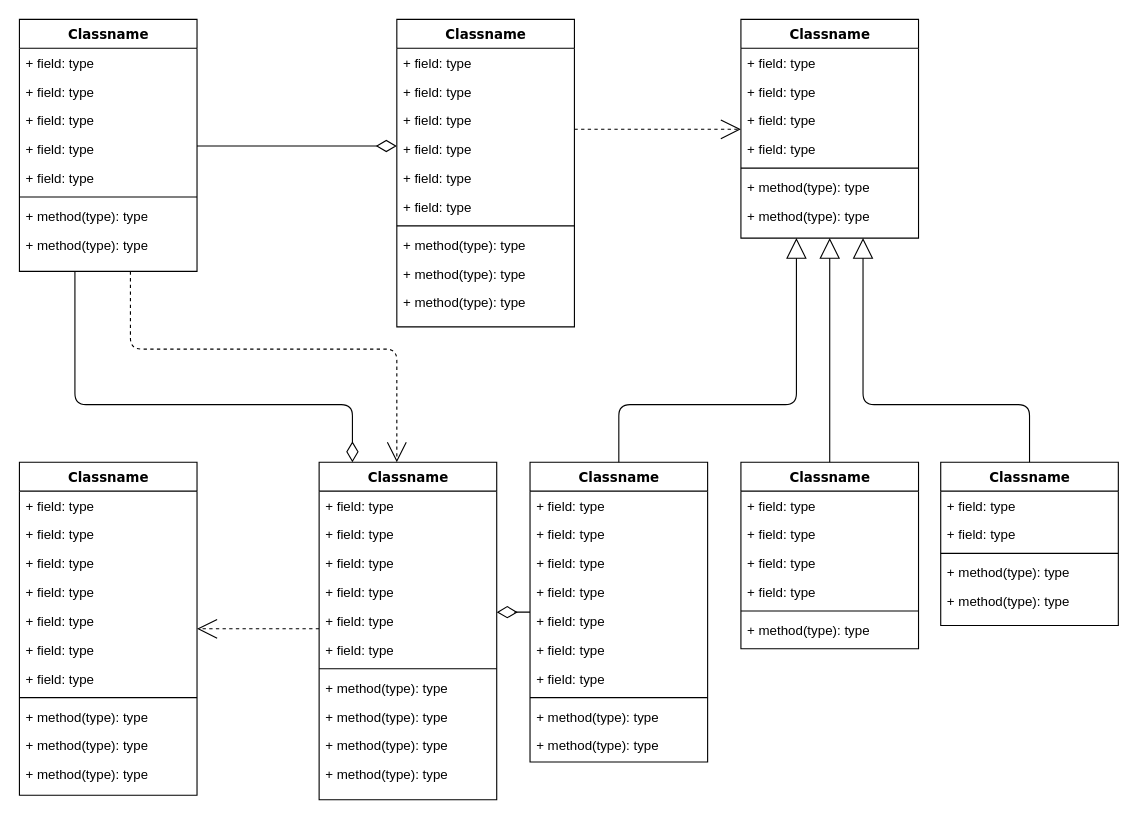
The draw.io diagram default/소프트웨어그림.drawio in leedaeseon/diagrams, before the edit. Source tidied: cells renumbered, new cells numbered last; positions are measured from the earlier drawing's top-left corner, leaving out a move shared by most shapes. Both pictures are drawn from the tidied source at 111%, with x=0, y=0 at pixel (19, 19).
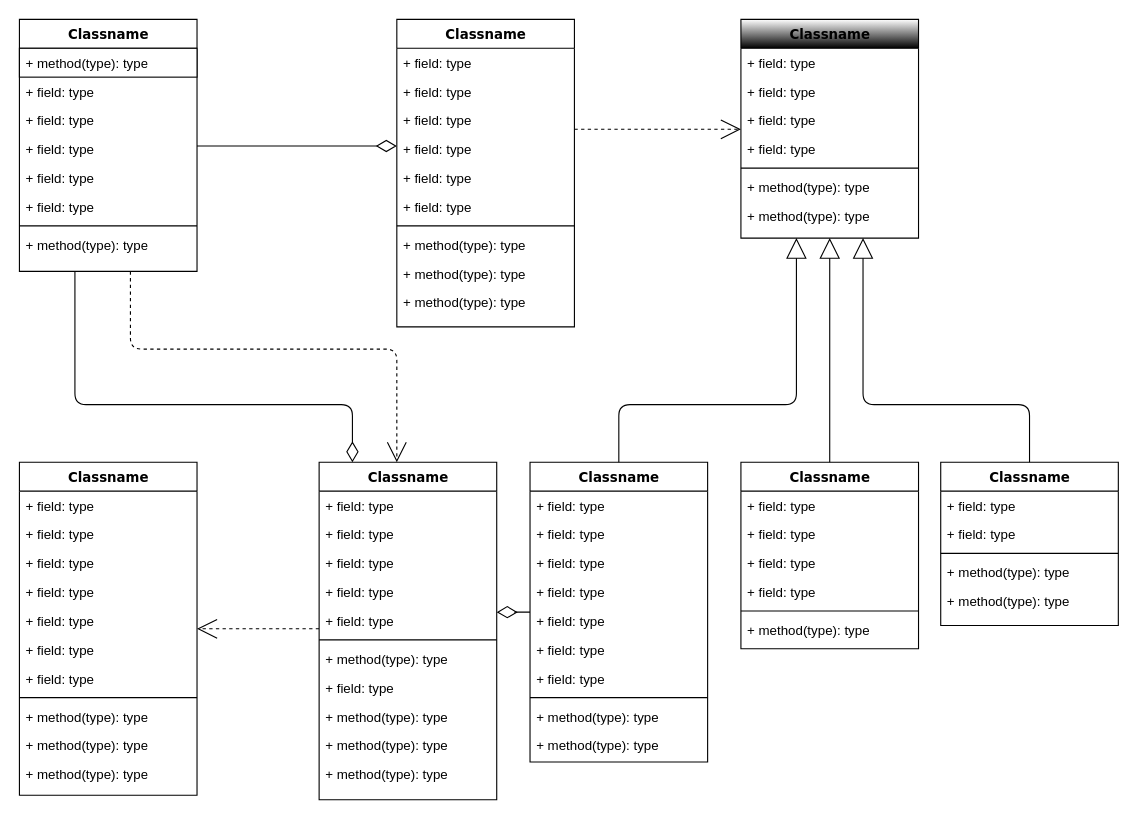
The same page after the edit.

Commit message:
소프트2번커밋

The change refers to these unchanged cells:
```xml
<mxCell id="4" value="Classname" style="swimlane;html=1;fontStyle=1;align=center;verticalAlign=top;horizontal=1;startSize=26;swimlaneFillColor=#ffffff;rounded=0;shadow=0;comic=0;labelBackgroundColor=none;strokeWidth=1;fillColor=none;fontFamily=Verdana;fontSize=12;" parent="1" vertex="1">
  <mxGeometry width="160" height="227" as="geometry" />
</mxCell>
<mxCell id="47" value="Classname" style="swimlane;html=1;fontStyle=1;align=center;verticalAlign=top;horizontal=1;startSize=26;swimlaneFillColor=#ffffff;rounded=0;shadow=0;comic=0;labelBackgroundColor=none;strokeWidth=1;fillColor=none;fontFamily=Verdana;fontSize=12;" parent="1" vertex="1">
  <mxGeometry x="270" y="399" width="160" height="304" as="geometry" />
</mxCell>
```

What changed in the source:
```diff
@@
+    <mxCell id="11" value="+ method(type): type" style="text;html=1;align=left;verticalAlign=top;spacingLeft=4;spacingRight=4;whiteSpace=wrap;overflow=hidden;fillStyle=auto;fillColor=default;gradientColor=none;strokeColor=default;" parent="4" vertex="1">
+      <mxGeometry y="26" width="160" height="26" as="geometry" />
+    </mxCell>
     <mxCell id="5" value="+ field: type" style="text;html=1;strokeColor=none;fillColor=none;align=left;verticalAlign=top;spacingLeft=4;spacingRight=4;whiteSpace=wrap;overflow=hidden;" parent="4" vertex="1">
-      <mxGeometry y="26" width="160" height="26" as="geometry" />
+      <mxGeometry y="52" width="160" height="26" as="geometry" />
     </mxCell>
     <mxCell id="6" value="+ field: type" style="text;html=1;strokeColor=none;fillColor=none;align=left;verticalAlign=top;spacingLeft=4;spacingRight=4;whiteSpace=wrap;overflow=hidden;" parent="4" vertex="1">
-      <mxGeometry y="52" width="160" height="26" as="geometry" />
+      <mxGeometry y="78" width="160" height="26" as="geometry" />
     </mxCell>
     <mxCell id="7" value="+ field: type" style="text;html=1;strokeColor=none;fillColor=none;align=left;verticalAlign=top;spacingLeft=4;spacingRight=4;whiteSpace=wrap;overflow=hidden;" parent="4" vertex="1">
-      <mxGeometry y="78" width="160" height="26" as="geometry" />
+      <mxGeometry y="104" width="160" height="26" as="geometry" />
     </mxCell>
     <mxCell id="8" value="+ field: type" style="text;html=1;strokeColor=none;fillColor=none;align=left;verticalAlign=top;spacingLeft=4;spacingRight=4;whiteSpace=wrap;overflow=hidden;" parent="4" vertex="1">
-      <mxGeometry y="104" width="160" height="26" as="geometry" />
+      <mxGeometry y="130" width="160" height="26" as="geometry" />
     </mxCell>
     <mxCell id="9" value="+ field: type" style="text;html=1;strokeColor=none;fillColor=none;align=left;verticalAlign=top;spacingLeft=4;spacingRight=4;whiteSpace=wrap;overflow=hidden;" parent="4" vertex="1">
-      <mxGeometry y="130" width="160" height="26" as="geometry" />
+      <mxGeometry y="156" width="160" height="26" as="geometry" />
     </mxCell>
     <mxCell id="10" style="line;html=1;strokeWidth=1;fillColor=none;align=left;verticalAlign=middle;spacingTop=-1;spacingLeft=3;spacingRight=3;labelPosition=right;" parent="4" vertex="1">
-      <mxGeometry y="156" width="160" height="8" as="geometry" />
+      <mxGeometry y="182" width="160" height="8" as="geometry" />
     </mxCell>
-    <mxCell id="11" value="+ method(type): type" style="text;html=1;strokeColor=none;fillColor=none;align=left;verticalAlign=top;spacingLeft=4;spacingRight=4;whiteSpace=wrap;overflow=hidden;" parent="4" vertex="1">
-      <mxGeometry y="164" width="160" height="26" as="geometry" />
-    </mxCell>
@@
-    <mxCell id="25" value="Classname" style="swimlane;html=1;fontStyle=1;align=center;verticalAlign=top;horizontal=1;startSize=26;swimlaneFillColor=#ffffff;rounded=0;shadow=0;comic=0;labelBackgroundColor=none;strokeWidth=1;fillColor=none;fontFamily=Verdana;fontSize=12;" parent="1" vertex="1">
+    <mxCell id="25" value="Classname" style="swimlane;html=1;fontStyle=1;align=center;verticalAlign=top;horizontal=1;startSize=26;swimlaneFillColor=none;rounded=0;shadow=0;comic=0;labelBackgroundColor=none;strokeWidth=1;fillColor=default;fontFamily=Verdana;fontSize=12;gradientColor=default;" parent="1" vertex="1">
       <mxGeometry x="650" width="160" height="197" as="geometry" />
     </mxCell>
@@
-    <mxCell id="53" value="+ field: type" style="text;html=1;strokeColor=none;fillColor=none;align=left;verticalAlign=top;spacingLeft=4;spacingRight=4;whiteSpace=wrap;overflow=hidden;" parent="47" vertex="1">
-      <mxGeometry y="156" width="160" height="26" as="geometry" />
-    </mxCell>
     <mxCell id="54" style="line;html=1;strokeWidth=1;fillColor=none;align=left;verticalAlign=middle;spacingTop=-1;spacingLeft=3;spacingRight=3;labelPosition=right;" parent="47" vertex="1">
-      <mxGeometry y="182" width="160" height="8" as="geometry" />
+      <mxGeometry y="156" width="160" height="8" as="geometry" />
     </mxCell>
     <mxCell id="55" value="+ method(type): type" style="text;html=1;strokeColor=none;fillColor=none;align=left;verticalAlign=top;spacingLeft=4;spacingRight=4;whiteSpace=wrap;overflow=hidden;" parent="47" vertex="1">
-      <mxGeometry y="190" width="160" height="26" as="geometry" />
+      <mxGeometry y="164" width="160" height="26" as="geometry" />
     </mxCell>
+    <mxCell id="53" value="+ field: type" style="text;html=1;strokeColor=none;fillColor=none;align=left;verticalAlign=top;spacingLeft=4;spacingRight=4;whiteSpace=wrap;overflow=hidden;" parent="47" vertex="1">
+      <mxGeometry y="190" width="160" height="26" as="geometry" />
+    </mxCell>
```
